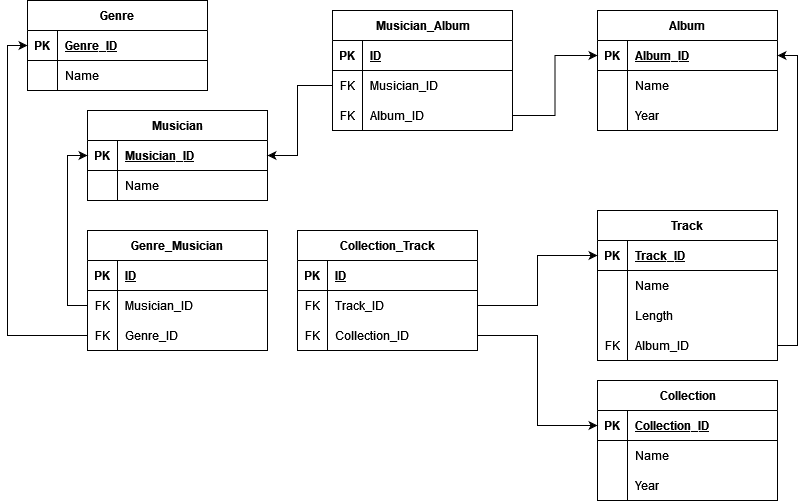
The draw.io diagram DB_HW_2.png in Garpusha/Database-HW, before a commit. Source tidied: cells renumbered, new cells last; positions are measured from the earlier drawing's top-left corner, leaving out a move shared by most shapes.
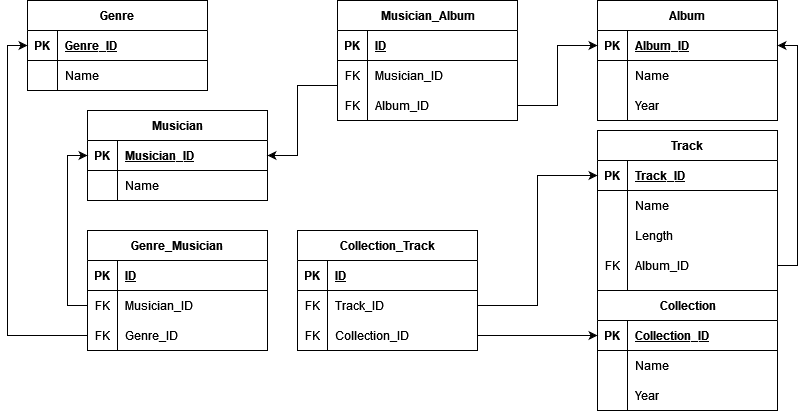
After the commit.

What changed in the source:
```diff
@@ -45,7 +45,7 @@
       <mxGeometry x="30" width="150" height="30" as="geometry" />
     </mxCell>
     <mxCell id="16" value="Album" style="shape=table;startSize=30;rowLines=0;fontStyle=1;align=center;" parent="1" vertex="1">
-      <mxGeometry x="570" y="10" width="180" height="120" as="geometry" />
+      <mxGeometry x="570" width="180" height="120" as="geometry" />
     </mxCell>
     <mxCell id="17" style="shape=tableRow;horizontal=0;startSize=0;swimlaneHead=0;swimlaneBody=0;fillColor=none;points=[[0,0.5],[1,0.5]];portConstraint=eastwest;top=0;left=0;right=0;bottom=1;" parent="16" vertex="1">
       <mxGeometry y="30" width="180" height="30" as="geometry" />
@@ -75,7 +75,7 @@
       <mxGeometry x="30" width="150" height="30" as="geometry" />
     </mxCell>
     <mxCell id="26" value="Track" style="shape=table;startSize=30;rowLines=0;fontStyle=1;align=center;" parent="1" vertex="1">
-      <mxGeometry x="570" y="210" width="180" height="150" as="geometry" />
+      <mxGeometry x="570" y="130" width="180" height="180" as="geometry" />
     </mxCell>
     <mxCell id="27" style="shape=tableRow;horizontal=0;startSize=0;swimlaneHead=0;swimlaneBody=0;fillColor=none;points=[[0,0.5],[1,0.5]];portConstraint=eastwest;top=0;left=0;right=0;bottom=1;" parent="26" vertex="1">
       <mxGeometry y="30" width="180" height="30" as="geometry" />
@@ -113,6 +113,15 @@
     <mxCell id="38" value="Album_ID" style="shape=partialRectangle;fillColor=none;top=0;left=0;bottom=0;right=0;align=left;spacingLeft=6;overflow=hidden;" parent="36" vertex="1">
       <mxGeometry x="30" width="150" height="30" as="geometry" />
     </mxCell>
+    <mxCell id="86" style="shape=tableRow;horizontal=0;startSize=0;swimlaneHead=0;swimlaneBody=0;fillColor=none;top=0;left=0;right=0;bottom=0;" parent="26" vertex="1">
+      <mxGeometry y="150" width="180" height="30" as="geometry" />
+    </mxCell>
+    <mxCell id="87" value="FK" style="shape=partialRectangle;fillColor=none;top=0;left=0;bottom=0;right=0;overflow=hidden;" parent="86" vertex="1">
+      <mxGeometry width="30" height="30" as="geometry" />
+    </mxCell>
+    <mxCell id="88" value="Album_ID" style="shape=partialRectangle;fillColor=none;top=0;left=0;bottom=0;right=0;align=left;spacingLeft=6;overflow=hidden;" parent="86" vertex="1">
+      <mxGeometry x="30" width="150" height="30" as="geometry" />
+    </mxCell>
     <mxCell id="39" value="Genre_Musician" style="shape=table;startSize=30;rowLines=0;fontStyle=1;align=center;" parent="1" vertex="1">
       <mxGeometry x="60" y="230" width="180" height="120" as="geometry" />
     </mxCell>
@@ -150,7 +159,7 @@
       <mxGeometry relative="1" as="geometry" />
     </mxCell>
     <mxCell id="51" value="Musician_Album" style="shape=table;startSize=30;rowLines=0;fontStyle=1;align=center;html=1;" parent="1" vertex="1">
-      <mxGeometry x="305" y="10" width="180" height="120" as="geometry" />
+      <mxGeometry x="310" width="180" height="120" as="geometry" />
     </mxCell>
     <mxCell id="52" style="shape=tableRow;horizontal=0;startSize=0;swimlaneHead=0;swimlaneBody=0;fillColor=none;top=0;left=0;right=0;bottom=1;" parent="51" vertex="1">
       <mxGeometry y="30" width="180" height="30" as="geometry" />
@@ -191,7 +200,7 @@
       <mxGeometry relative="1" as="geometry" />
     </mxCell>
     <mxCell id="63" value="Collection" style="shape=table;startSize=30;rowLines=0;fontStyle=1;align=center;html=1;" parent="1" vertex="1">
-      <mxGeometry x="570" y="380" width="180" height="120" as="geometry" />
+      <mxGeometry x="570" y="290" width="180" height="120" as="geometry" />
     </mxCell>
     <mxCell id="64" style="shape=tableRow;horizontal=0;startSize=0;swimlaneHead=0;swimlaneBody=0;fillColor=none;points=[[0,0.5],[1,0.5]];portConstraint=eastwest;top=0;left=0;right=0;bottom=1;" parent="63" vertex="1">
       <mxGeometry y="30" width="180" height="30" as="geometry" />
@@ -259,8 +268,8 @@
     <mxCell id="85" style="edgeStyle=orthogonalEdgeStyle;rounded=0;jettySize=auto;html=1;entryX=1;entryY=0.5;entryDx=0;entryDy=0;" parent="1" edge="1" source="36" target="17">
       <mxGeometry relative="1" as="geometry">
         <Array as="points">
-          <mxPoint x="770" y="345" />
-          <mxPoint x="770" y="55" />
+          <mxPoint x="770" y="265" />
+          <mxPoint x="770" y="45" />
         </Array>
       </mxGeometry>
     </mxCell>
```
